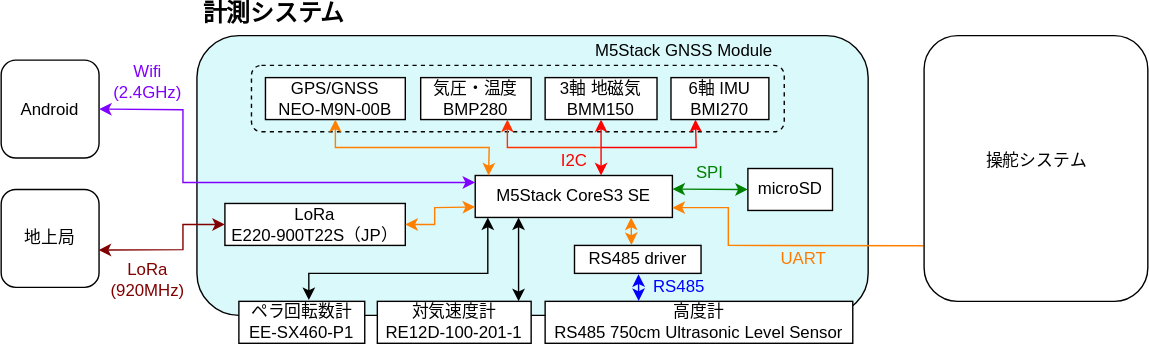
21km43/HPA keeps this draw.io diagram as HPA.drawio.svg. Above is the earlier version. Source tidied: cells renumbered, new cells last; positions are measured from the earlier drawing's top-left corner, leaving out a move shared by most shapes.
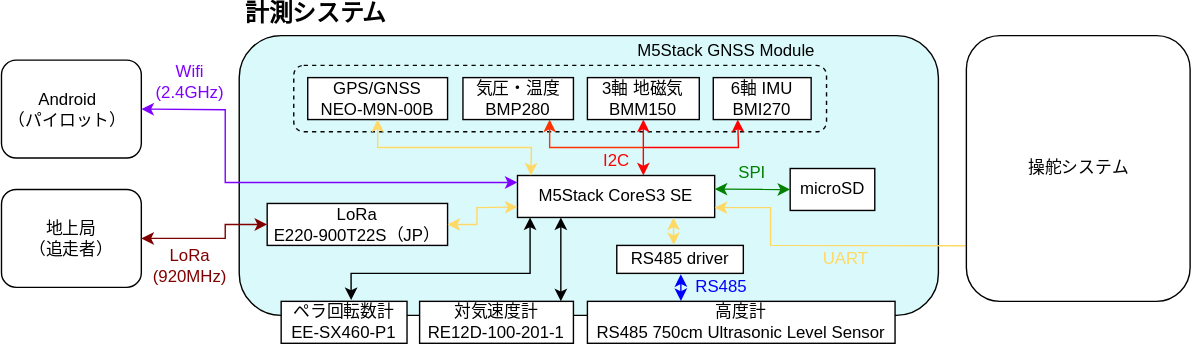
The same diagram one commit later.

Commit message:
HPA.drawio.svg を追加しました。

What changed in the source:
```diff
@@ -3,7 +3,7 @@
     <mxCell id="0" />
     <mxCell id="1" parent="0" />
     <mxCell id="2" style="rounded=1;whiteSpace=wrap;html=1;fillColor=#daf9fb;" parent="1" vertex="1">
-      <mxGeometry x="140" y="25" width="480" height="200" as="geometry" />
+      <mxGeometry x="140" y="25" width="500" height="200" as="geometry" />
     </mxCell>
     <mxCell id="3" style="rounded=1;whiteSpace=wrap;html=1;dashed=1;fillColor=none;" parent="1" vertex="1">
       <mxGeometry x="179" y="46.2" width="381" height="47.5" as="geometry" />
@@ -65,7 +65,7 @@
     <mxCell id="17" value="I2C" style="text;html=1;align=center;verticalAlign=middle;whiteSpace=wrap;rounded=0;fontColor=#ff0000;" parent="1" vertex="1">
       <mxGeometry x="386.5" y="105" width="46" height="20" as="geometry" />
     </mxCell>
-    <mxCell id="18" style="endArrow=classic;startArrow=classic;html=1;rounded=0;strokeColor=#FF8000;entryX=0.106;entryY=0.002;entryDx=0;entryDy=0;entryPerimeter=0;" parent="1" edge="1">
+    <mxCell id="18" style="endArrow=classic;startArrow=classic;html=1;rounded=0;strokeColor=#FFD966;entryX=0.106;entryY=0.002;entryDx=0;entryDy=0;entryPerimeter=0;" parent="1" edge="1">
       <mxGeometry relative="1" as="geometry">
         <mxPoint x="239" y="85" as="sourcePoint" />
         <mxPoint x="348.5" y="125" as="targetPoint" />
@@ -75,13 +75,13 @@
         </Array>
       </mxGeometry>
     </mxCell>
-    <mxCell id="19" value="&lt;font color=&quot;#ff7b00&quot;&gt;UART&lt;/font&gt;" style="text;html=1;align=center;verticalAlign=middle;whiteSpace=wrap;rounded=0;" parent="1" vertex="1">
+    <mxCell id="19" value="&lt;font&gt;UART&lt;/font&gt;" style="text;html=1;align=center;verticalAlign=middle;whiteSpace=wrap;rounded=0;fontColor=#FFD966;" parent="1" vertex="1">
       <mxGeometry x="549" y="175" width="50" height="20" as="geometry" />
     </mxCell>
     <mxCell id="20" value="SPI" style="text;html=1;align=center;verticalAlign=middle;whiteSpace=wrap;rounded=0;fontColor=#008000;" parent="1" vertex="1">
       <mxGeometry x="487" y="112.5" width="40" height="20" as="geometry" />
     </mxCell>
-    <mxCell id="21" style="endArrow=classic;startArrow=classic;html=1;rounded=0;strokeColor=#FF8000;entryX=0;entryY=0.75;entryDx=0;entryDy=0;exitX=1;exitY=0.5;exitDx=0;exitDy=0;" parent="1" edge="1" source="9" target="4">
+    <mxCell id="21" style="endArrow=classic;startArrow=classic;html=1;rounded=0;strokeColor=#FFD966;entryX=0;entryY=0.75;entryDx=0;entryDy=0;exitX=1;exitY=0.5;exitDx=0;exitDy=0;" parent="1" edge="1" source="9" target="4">
       <mxGeometry relative="1" as="geometry">
         <Array as="points">
           <mxPoint x="310" y="160" />
@@ -106,21 +106,21 @@
       </mxGeometry>
     </mxCell>
     <mxCell id="24" style="rounded=1;whiteSpace=wrap;html=1;" parent="1" vertex="1">
-      <mxGeometry y="42.5" width="70" height="70" as="geometry" />
+      <mxGeometry x="-30" y="42.5" width="100" height="70" as="geometry" />
     </mxCell>
     <mxCell id="25" style="rounded=1;whiteSpace=wrap;html=1;" parent="1" vertex="1">
-      <mxGeometry y="135" width="70" height="70" as="geometry" />
+      <mxGeometry x="-30" y="135" width="100" height="70" as="geometry" />
     </mxCell>
-    <mxCell id="26" value="Android" style="text;html=1;align=center;verticalAlign=middle;whiteSpace=wrap;rounded=0;" parent="1" vertex="1">
-      <mxGeometry x="5" y="60" width="60" height="35" as="geometry" />
+    <mxCell id="26" value="&lt;div&gt;Android&lt;/div&gt;（パイロット）" style="text;html=1;align=center;verticalAlign=middle;whiteSpace=wrap;rounded=0;" parent="1" vertex="1">
+      <mxGeometry x="-30" y="60" width="95" height="35" as="geometry" />
     </mxCell>
-    <mxCell id="27" value="&lt;div&gt;地上局&lt;/div&gt;" style="text;html=1;align=center;verticalAlign=middle;whiteSpace=wrap;rounded=0;" parent="1" vertex="1">
-      <mxGeometry y="155" width="70" height="30" as="geometry" />
+    <mxCell id="27" value="&lt;div&gt;地上局&lt;/div&gt;&lt;div&gt;（追走者）&lt;/div&gt;" style="text;html=1;align=center;verticalAlign=middle;whiteSpace=wrap;rounded=0;" parent="1" vertex="1">
+      <mxGeometry x="-15" y="155" width="70" height="30" as="geometry" />
     </mxCell>
-    <mxCell id="28" style="endArrow=classic;startArrow=classic;html=1;rounded=0;fontColor=#99FF33;strokeColor=#800000;exitX=0.995;exitY=0.778;exitDx=0;exitDy=0;entryX=0;entryY=0.5;entryDx=0;entryDy=0;exitPerimeter=0;" parent="1" edge="1" source="27" target="9">
+    <mxCell id="28" style="endArrow=classic;startArrow=classic;html=1;rounded=0;fontColor=#99FF33;strokeColor=#800000;exitX=1;exitY=0.5;exitDx=0;exitDy=0;entryX=0;entryY=0.5;entryDx=0;entryDy=0;" parent="1" edge="1" source="25" target="9">
       <mxGeometry relative="1" as="geometry">
         <Array as="points">
-          <mxPoint x="130" y="178" />
+          <mxPoint x="130" y="170" />
           <mxPoint x="130" y="160" />
         </Array>
       </mxGeometry>
@@ -135,7 +135,7 @@
       </mxGeometry>
     </mxCell>
     <mxCell id="30" value="&lt;font style=&quot;&quot;&gt;LoRa&lt;/font&gt;&lt;div&gt;&lt;font style=&quot;&quot;&gt;(920MHz)&lt;/font&gt;&lt;/div&gt;" style="text;html=1;align=center;verticalAlign=middle;whiteSpace=wrap;rounded=0;fontColor=#800000;labelBackgroundColor=none;" parent="1" vertex="1">
-      <mxGeometry x="75" y="185" width="60" height="30" as="geometry" />
+      <mxGeometry x="75" y="175" width="60" height="30" as="geometry" />
     </mxCell>
     <mxCell id="31" value="&lt;font style=&quot;&quot;&gt;Wifi&lt;/font&gt;&lt;div&gt;&lt;font style=&quot;&quot;&gt;(2.4GHz)&lt;/font&gt;&lt;/div&gt;" style="text;html=1;align=center;verticalAlign=middle;whiteSpace=wrap;rounded=0;fontColor=#8000FF;" parent="1" vertex="1">
       <mxGeometry x="70" y="42.5" width="70" height="30" as="geometry" />
@@ -151,7 +151,7 @@
     <mxCell id="34" value="RS485 driver" style="rounded=0;whiteSpace=wrap;html=1;" parent="1" vertex="1">
       <mxGeometry x="410" y="175" width="90.5" height="20" as="geometry" />
     </mxCell>
-    <mxCell id="35" style="endArrow=classic;startArrow=classic;html=1;rounded=0;strokeColor=#FF8000;entryX=0.45;entryY=-0.014;entryDx=0;entryDy=0;exitX=1;exitY=0.5;exitDx=0;exitDy=0;entryPerimeter=0;" parent="1" edge="1" target="34">
+    <mxCell id="35" style="endArrow=classic;startArrow=classic;html=1;rounded=0;strokeColor=#FFD966;entryX=0.45;entryY=-0.014;entryDx=0;entryDy=0;exitX=1;exitY=0.5;exitDx=0;exitDy=0;entryPerimeter=0;" parent="1" edge="1" target="34">
       <mxGeometry relative="1" as="geometry">
         <mxPoint x="450.5" y="155" as="sourcePoint" />
       </mxGeometry>
@@ -159,7 +159,7 @@
     <mxCell id="36" value="RS485" style="text;html=1;align=center;verticalAlign=middle;whiteSpace=wrap;rounded=0;fontColor=#0000FF;" parent="1" vertex="1">
       <mxGeometry x="460" y="195" width="50" height="20" as="geometry" />
     </mxCell>
-    <mxCell id="37" style="endArrow=none;startArrow=classic;html=1;rounded=0;strokeColor=#FF8000;exitX=1;exitY=0.75;exitDx=0;exitDy=0;entryX=-0.004;entryY=0.791;entryDx=0;entryDy=0;entryPerimeter=0;startFill=1;endFill=0;" parent="1" edge="1" target="38">
+    <mxCell id="37" style="endArrow=none;startArrow=classic;html=1;rounded=0;strokeColor=#FFD966;exitX=1;exitY=0.75;exitDx=0;exitDy=0;entryX=-0.004;entryY=0.791;entryDx=0;entryDy=0;entryPerimeter=0;startFill=1;endFill=0;" parent="1" edge="1" target="38">
       <mxGeometry relative="1" as="geometry">
         <mxPoint x="480" y="148" as="sourcePoint" />
         <Array as="points">
@@ -172,7 +172,7 @@
       <mxGeometry x="660" y="25" width="160" height="190" as="geometry" />
     </mxCell>
     <mxCell id="39" value="&lt;div&gt;操舵システム&lt;/div&gt;" style="text;html=1;align=center;verticalAlign=middle;whiteSpace=wrap;rounded=0;" parent="1" vertex="1">
-      <mxGeometry x="692.5" y="100" width="95" height="30" as="geometry" />
+      <mxGeometry x="692.5" y="105" width="95" height="30" as="geometry" />
     </mxCell>
     <mxCell id="40" value="&lt;b&gt;&lt;font style=&quot;font-size: 17px;&quot;&gt;計測システム&lt;/font&gt;&lt;/b&gt;" style="text;html=1;align=center;verticalAlign=middle;whiteSpace=wrap;rounded=0;" parent="1" vertex="1">
       <mxGeometry x="140" width="110" height="20" as="geometry" />
```
